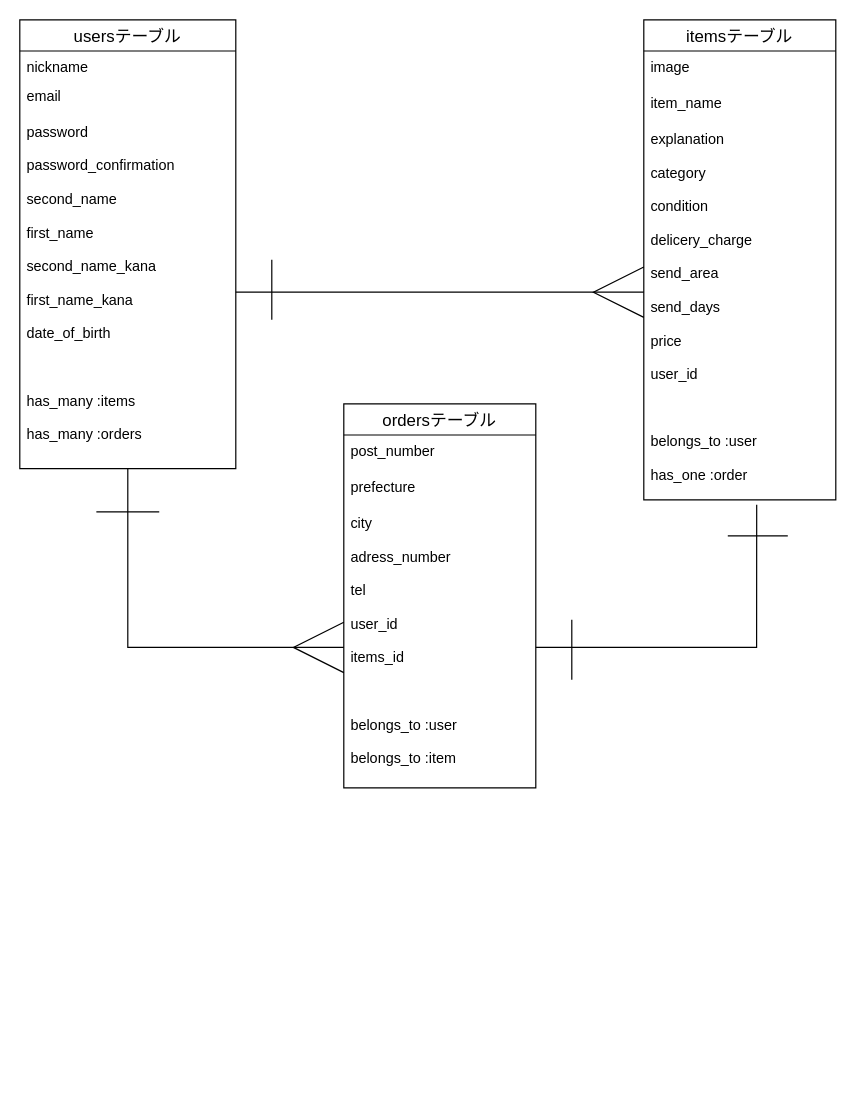
Above: er.dio in naoto-so/furima-38148 (draw.io), before the change. Source tidied: cells renumbered, new cells numbered last; positions are measured from the earlier drawing's top-left corner, leaving out a move shared by most shapes. Both pictures are drawn from the tidied source at 120%, with x=0, y=0 at pixel (19, 19).
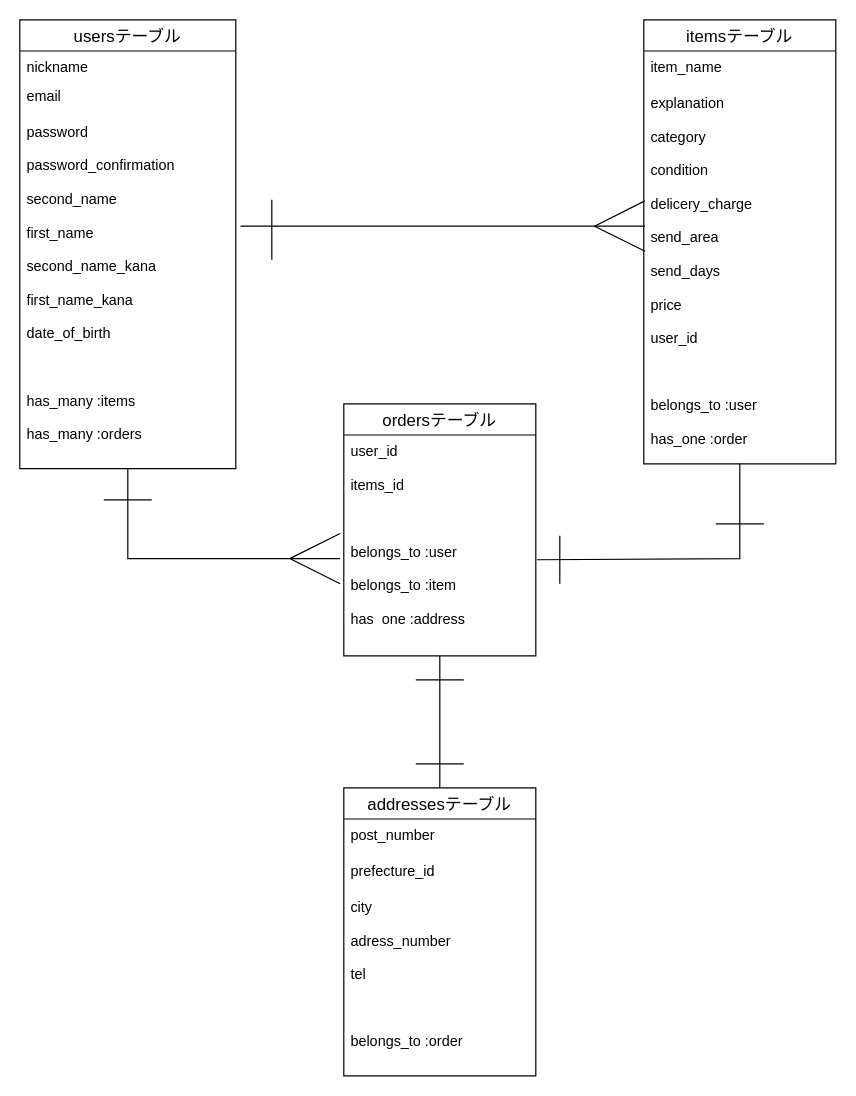
The same diagram, later.

Commit message (it also covers changes not shown here):
データーベース設計の修正１

The change refers to these unchanged cells:
```xml
<mxCell id="2" value="usersテーブル" style="swimlane;fontStyle=0;horizontal=1;startSize=26;align=center;fontSize=14;" parent="1" vertex="1">
  <mxGeometry width="180" height="374" as="geometry" />
</mxCell>
<mxCell id="5" value="password&#10;&#10;password_confirmation&#10;&#10;second_name&#10;&#10;first_name&#10;&#10;second_name_kana&#10;&#10;first_name_kana&#10;&#10;date_of_birth&#10;&#10;&#10;&#10;has_many :items&#10;&#10;has_many :orders" style="text;strokeColor=none;fillColor=none;spacingLeft=4;spacingRight=4;overflow=hidden;points=[[0,0.5],[1,0.5]];portConstraint=eastwest;fontSize=12;" parent="2" vertex="1">
  <mxGeometry y="80" width="180" height="294" as="geometry" />
</mxCell>
```

The edit, as a diff of the source:
```diff
@@
+    <mxCell id="21" style="edgeStyle=none;rounded=0;html=1;entryX=-0.019;entryY=0.669;entryDx=0;entryDy=0;entryPerimeter=0;endArrow=ERmany;endFill=0;endSize=40;" parent="1" edge="1" source="2" target="13">
+      <mxGeometry relative="1" as="geometry">
+        <Array as="points">
+          <mxPoint x="90" y="449" />
+        </Array>
+      </mxGeometry>
+    </mxCell>
@@
+    <mxCell id="22" style="edgeStyle=none;html=1;endArrow=none;endFill=0;endSize=40;rounded=0;entryX=1.006;entryY=0.675;entryDx=0;entryDy=0;entryPerimeter=0;" parent="1" edge="1" source="6" target="13">
+      <mxGeometry relative="1" as="geometry">
+        <Array as="points">
+          <mxPoint x="600" y="449" />
+        </Array>
+      </mxGeometry>
+    </mxCell>
     <mxCell id="6" value="itemsテーブル" style="swimlane;fontStyle=0;horizontal=1;startSize=26;align=center;fontSize=14;" parent="1" vertex="1">
-      <mxGeometry x="520" width="160" height="400" as="geometry" />
+      <mxGeometry x="520" width="160" height="370" as="geometry" />
     </mxCell>
-    <mxCell id="7" value="image" style="text;strokeColor=none;fillColor=none;spacingLeft=4;spacingRight=4;overflow=hidden;fontSize=12;" parent="6" vertex="1">
-      <mxGeometry y="26" width="160" height="30" as="geometry" />
-    </mxCell>
     <mxCell id="8" value="item_name" style="text;strokeColor=none;fillColor=none;spacingLeft=4;spacingRight=4;overflow=hidden;fontSize=12;" parent="6" vertex="1">
-      <mxGeometry y="56" width="160" height="30" as="geometry" />
+      <mxGeometry y="26" width="160" height="30" as="geometry" />
     </mxCell>
     <mxCell id="9" value="explanation&#10;&#10;category&#10;&#10;condition&#10;&#10;delicery_charge&#10;&#10;send_area&#10;&#10;send_days&#10;&#10;price&#10;&#10;user_id&#10;&#10;&#10;&#10;belongs_to :user&#10;&#10;has_one :order" style="text;strokeColor=none;fillColor=none;spacingLeft=4;spacingRight=4;overflow=hidden;points=[[0,0.5],[1,0.5]];portConstraint=eastwest;fontSize=12;" parent="6" vertex="1">
-      <mxGeometry y="86" width="160" height="314" as="geometry" />
+      <mxGeometry y="56" width="160" height="314" as="geometry" />
     </mxCell>
+    <mxCell id="23" style="edgeStyle=none;rounded=0;html=1;entryX=0.5;entryY=0;entryDx=0;entryDy=0;endArrow=none;endFill=0;endSize=40;" parent="1" edge="1" source="10" target="24">
+      <mxGeometry relative="1" as="geometry" />
+    </mxCell>
     <mxCell id="10" value="ordersテーブル" style="swimlane;fontStyle=0;horizontal=1;startSize=26;align=center;fontSize=14;" parent="1" vertex="1">
-      <mxGeometry x="270" y="320" width="160" height="320" as="geometry" />
+      <mxGeometry x="270" y="320" width="160" height="210" as="geometry" />
     </mxCell>
-    <mxCell id="11" value="post_number" style="text;strokeColor=none;fillColor=none;spacingLeft=4;spacingRight=4;overflow=hidden;fontSize=12;" parent="10" vertex="1">
-      <mxGeometry y="26" width="160" height="30" as="geometry" />
-    </mxCell>
-    <mxCell id="12" value="prefecture" style="text;strokeColor=none;fillColor=none;spacingLeft=4;spacingRight=4;overflow=hidden;fontSize=12;" parent="10" vertex="1">
-      <mxGeometry y="56" width="160" height="30" as="geometry" />
-    </mxCell>
-    <mxCell id="13" value="city&#10;&#10;adress_number&#10;&#10;tel&#10;&#10;user_id&#10;&#10;items_id&#10;&#10;&#10;&#10;belongs_to :user&#10;&#10;belongs_to :item" style="text;strokeColor=none;fillColor=none;spacingLeft=4;spacingRight=4;overflow=hidden;points=[[0,0.5],[1,0.5]];portConstraint=eastwest;fontSize=12;" parent="10" vertex="1">
-      <mxGeometry y="86" width="160" height="234" as="geometry" />
-    </mxCell>
-    <mxCell id="14" style="edgeStyle=none;html=1;exitX=1;exitY=0.5;exitDx=0;exitDy=0;startArrow=none;startFill=0;endArrow=ERmany;endFill=0;targetPerimeterSpacing=0;strokeWidth=1;endSize=40;" parent="1" edge="1" source="5">
+    <mxCell id="14" style="edgeStyle=none;html=1;exitX=1.022;exitY=0.313;exitDx=0;exitDy=0;startArrow=none;startFill=0;endArrow=ERmany;endFill=0;targetPerimeterSpacing=0;strokeWidth=1;endSize=40;exitPerimeter=0;entryX=0.006;entryY=0.369;entryDx=0;entryDy=0;entryPerimeter=0;" parent="1" edge="1" source="5" target="9">
       <mxGeometry relative="1" as="geometry">
-        <mxPoint x="520" y="227" as="targetPoint" />
         <Array as="points">
-          <mxPoint x="460" y="227" />
-          <mxPoint x="480" y="227" />
+          <mxPoint x="330" y="172" />
+          <mxPoint x="460" y="172" />
+          <mxPoint x="490" y="172" />
         </Array>
       </mxGeometry>
     </mxCell>
     <mxCell id="15" style="endArrow=none;html=1;endSize=40;targetPerimeterSpacing=0;strokeWidth=1;" parent="1" edge="1">
       <mxGeometry relative="1" as="geometry">
-        <mxPoint x="210" y="250" as="sourcePoint" />
-        <mxPoint x="210" y="200" as="targetPoint" />
+        <mxPoint x="210" y="200" as="sourcePoint" />
+        <mxPoint x="210" y="150" as="targetPoint" />
       </mxGeometry>
     </mxCell>
-    <mxCell id="16" style="edgeStyle=none;html=1;startArrow=none;startFill=0;endArrow=ERmany;endFill=0;endSize=40;targetPerimeterSpacing=0;strokeWidth=1;rounded=0;" parent="1" edge="1" source="5" target="13">
-      <mxGeometry relative="1" as="geometry">
-        <Array as="points">
-          <mxPoint x="90" y="523" />
-        </Array>
-      </mxGeometry>
-    </mxCell>
-    <mxCell id="17" style="edgeStyle=none;rounded=0;html=1;exitX=1;exitY=0.5;exitDx=0;exitDy=0;entryX=0.588;entryY=1.013;entryDx=0;entryDy=0;entryPerimeter=0;startArrow=none;startFill=0;endArrow=none;endFill=0;endSize=40;targetPerimeterSpacing=0;strokeWidth=1;" parent="1" edge="1" source="13" target="9">
-      <mxGeometry relative="1" as="geometry">
-        <Array as="points">
-          <mxPoint x="614" y="523" />
-        </Array>
-      </mxGeometry>
-    </mxCell>
     <mxCell id="18" style="endArrow=none;html=1;rounded=0;endSize=40;targetPerimeterSpacing=0;strokeWidth=1;" parent="1" edge="1">
       <mxGeometry relative="1" as="geometry">
-        <mxPoint x="116.2" y="410" as="sourcePoint" />
-        <mxPoint x="63.8" y="410" as="targetPoint" />
+        <mxPoint x="620" y="420" as="sourcePoint" />
+        <mxPoint x="580" y="420" as="targetPoint" />
         <Array as="points">
-          <mxPoint x="88.8" y="410" />
+          <mxPoint x="605" y="420" />
         </Array>
       </mxGeometry>
     </mxCell>
     <mxCell id="19" style="endArrow=none;html=1;rounded=0;endSize=40;targetPerimeterSpacing=0;strokeWidth=1;" parent="1" edge="1">
       <mxGeometry relative="1" as="geometry">
-        <mxPoint x="590" y="430" as="sourcePoint" />
-        <mxPoint x="640" y="430" as="targetPoint" />
+        <mxPoint x="70" y="400" as="sourcePoint" />
+        <mxPoint x="110" y="400" as="targetPoint" />
       </mxGeometry>
     </mxCell>
     <mxCell id="20" style="endArrow=none;html=1;rounded=0;endSize=40;targetPerimeterSpacing=0;strokeWidth=1;" parent="1" edge="1">
       <mxGeometry relative="1" as="geometry">
-        <mxPoint x="460" y="550" as="sourcePoint" />
-        <mxPoint x="460" y="500" as="targetPoint" />
+        <mxPoint x="450" y="470" as="sourcePoint" />
+        <mxPoint x="450" y="430" as="targetPoint" />
       </mxGeometry>
     </mxCell>
+    <mxCell id="24" value="addressesテーブル" style="swimlane;fontStyle=0;horizontal=1;startSize=26;align=center;fontSize=14;" parent="1" vertex="1">
+      <mxGeometry x="270" y="640" width="160" height="240" as="geometry" />
+    </mxCell>
+    <mxCell id="11" value="post_number" style="text;strokeColor=none;fillColor=none;spacingLeft=4;spacingRight=4;overflow=hidden;fontSize=12;" parent="24" vertex="1">
+      <mxGeometry y="26" width="160" height="30" as="geometry" />
+    </mxCell>
+    <mxCell id="25" value="prefecture_id" style="text;strokeColor=none;fillColor=none;spacingLeft=4;spacingRight=4;overflow=hidden;fontSize=12;" parent="24" vertex="1">
+      <mxGeometry y="56" width="160" height="30" as="geometry" />
+    </mxCell>
+    <mxCell id="26" value="city&#10;&#10;adress_number&#10;&#10;tel&#10;&#10;&#10;&#10;belongs_to :order" style="text;strokeColor=none;fillColor=none;spacingLeft=4;spacingRight=4;overflow=hidden;fontSize=12;" parent="24" vertex="1">
+      <mxGeometry y="86" width="160" height="154" as="geometry" />
+    </mxCell>
+    <mxCell id="27" style="endArrow=none;html=1;rounded=0;endSize=40;targetPerimeterSpacing=0;strokeWidth=1;" parent="1" edge="1">
+      <mxGeometry relative="1" as="geometry">
+        <mxPoint x="330" y="620" as="sourcePoint" />
+        <mxPoint x="370" y="620" as="targetPoint" />
+        <Array as="points">
+          <mxPoint x="360" y="620" />
+        </Array>
+      </mxGeometry>
+    </mxCell>
+    <mxCell id="28" style="endArrow=none;html=1;rounded=0;endSize=40;targetPerimeterSpacing=0;strokeWidth=1;" parent="1" edge="1">
+      <mxGeometry relative="1" as="geometry">
+        <mxPoint x="330" y="550" as="sourcePoint" />
+        <mxPoint x="370" y="550" as="targetPoint" />
+        <Array as="points">
+          <mxPoint x="360" y="550" />
+        </Array>
+      </mxGeometry>
+    </mxCell>
+    <mxCell id="13" value="user_id&#10;&#10;items_id&#10;&#10;&#10;&#10;belongs_to :user&#10;&#10;belongs_to :item&#10;&#10;has_one :address" style="text;strokeColor=none;fillColor=none;spacingLeft=4;spacingRight=4;overflow=hidden;points=[[0,0.5],[1,0.5]];portConstraint=eastwest;fontSize=12;" parent="1" vertex="1">
+      <mxGeometry x="270" y="346" width="160" height="154" as="geometry" />
+    </mxCell>
```
